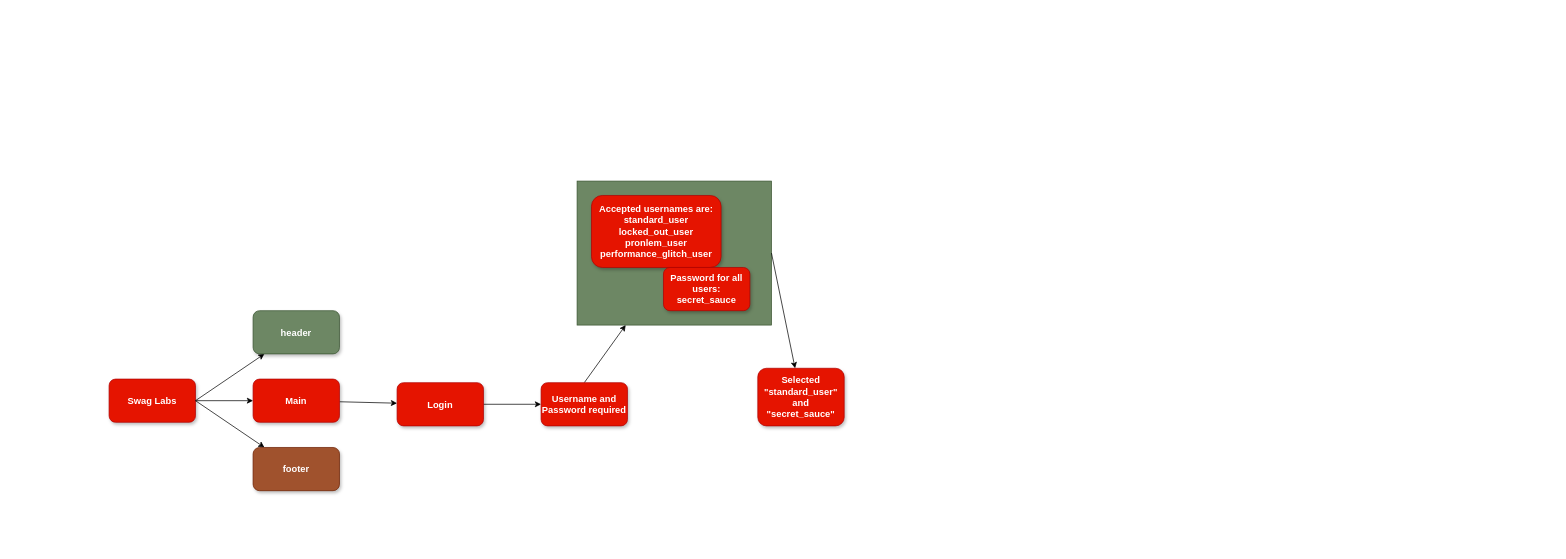
Before: Documentation/SwagLabs-MINDMAP.drawio in gabrielsouza80/Swag-Labs-robot-playwright-cypress, a draw.io diagram. Source tidied: cells renumbered, new cells numbered last; positions are measured from the earlier drawing's top-left corner, leaving out a move shared by most shapes. Both pictures are drawn from the tidied source at 72%, with x=0, y=0 at pixel (109, 181).
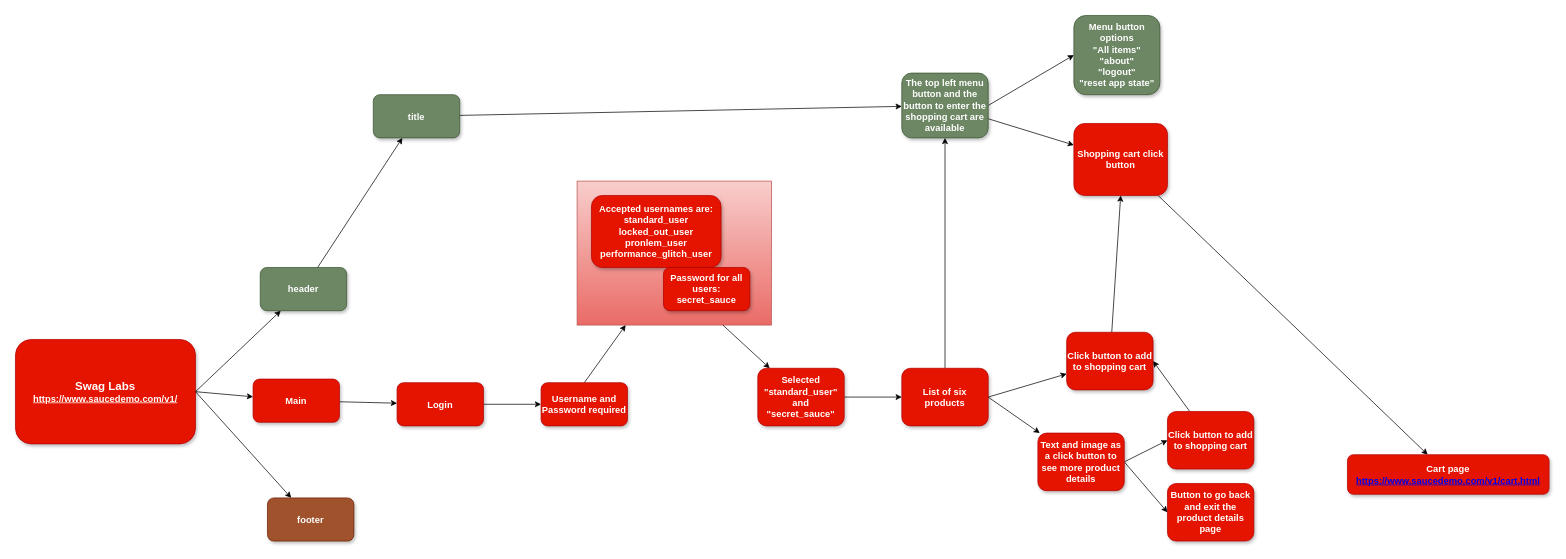
The same page after the edit.

Commit message:
mindmap feito!

The change refers to these unchanged cells:
```xml
<mxCell id="8" value="&lt;b&gt;&lt;font style=&quot;color: rgb(255, 255, 255); font-size: 13px;&quot;&gt;Main&lt;/font&gt;&lt;/b&gt;" style="rounded=1;whiteSpace=wrap;html=1;fillColor=#e51400;fontColor=#ffffff;strokeColor=#B20000;gradientColor=none;glass=0;shadow=1;" parent="1" vertex="1">
  <mxGeometry x="200" y="275" width="120" height="60" as="geometry" />
</mxCell>
<mxCell id="18" value="&lt;b&gt;&lt;font style=&quot;color: rgb(255, 255, 255); font-size: 13px;&quot;&gt;Selected &quot;standard_user&quot; and &quot;secret_sauce&quot;&lt;/font&gt;&lt;/b&gt;" style="rounded=1;whiteSpace=wrap;html=1;fillColor=#e51400;fontColor=#ffffff;strokeColor=#B20000;gradientColor=none;glass=0;shadow=1;" parent="1" vertex="1">
  <mxGeometry x="901" y="260" width="120" height="80" as="geometry" />
</mxCell>
```

Diff of the diagram source:
```diff
@@
-    <mxCell id="2" style="whiteSpace=wrap;html=1;fillColor=#6d8764;fontColor=#ffffff;strokeColor=#3A5431;" parent="1" vertex="1">
+    <mxCell id="2" style="whiteSpace=wrap;html=1;fillColor=#f8cecc;strokeColor=#b85450;gradientColor=#ea6b66;" parent="1" vertex="1">
       <mxGeometry x="650" width="270" height="200" as="geometry" />
     </mxCell>
-    <mxCell id="3" style="edgeStyle=none;html=1;" parent="1" edge="1" source="4" target="8">
+    <mxCell id="3" style="edgeStyle=none;html=1;exitX=1;exitY=0.5;exitDx=0;exitDy=0;" parent="1" edge="1" source="4" target="8">
       <mxGeometry relative="1" as="geometry" />
     </mxCell>
-    <mxCell id="4" value="&lt;b&gt;&lt;font style=&quot;color: rgb(255, 255, 255); font-size: 13px;&quot;&gt;Swag Labs&lt;/font&gt;&lt;/b&gt;" style="rounded=1;whiteSpace=wrap;html=1;fillColor=#e51400;fontColor=#ffffff;strokeColor=#B20000;gradientColor=none;glass=0;shadow=1;" parent="1" vertex="1">
-      <mxGeometry y="275" width="120" height="60" as="geometry" />
+    <mxCell id="4" value="&lt;b&gt;&lt;font&gt;&lt;font style=&quot;font-size: 16px; color: rgb(255, 255, 255);&quot;&gt;Swag Labs&lt;br&gt;&lt;/font&gt;&lt;a style=&quot;color: light-dark(rgb(255, 255, 255), rgb(18, 18, 18)); font-size: 13px;&quot; href=&quot;https://www.saucedemo.com/v1/&quot;&gt;https://www.saucedemo.com/v1/&lt;/a&gt;&lt;br&gt;&lt;/font&gt;&lt;/b&gt;" style="rounded=1;whiteSpace=wrap;html=1;fillColor=#e51400;fontColor=#ffffff;strokeColor=#B20000;gradientColor=none;glass=0;shadow=1;" parent="1" vertex="1">
+      <mxGeometry x="-130" y="220" width="250" height="145" as="geometry" />
     </mxCell>
@@
+    <mxCell id="19" style="edgeStyle=none;html=1;" parent="1" edge="1" source="11" target="34">
+      <mxGeometry relative="1" as="geometry" />
+    </mxCell>
     <mxCell id="11" value="&lt;b&gt;&lt;font style=&quot;color: rgb(255, 255, 255); font-size: 13px;&quot;&gt;header&lt;/font&gt;&lt;/b&gt;" style="rounded=1;whiteSpace=wrap;html=1;fillColor=#6d8764;fontColor=#ffffff;strokeColor=#3A5431;glass=0;shadow=1;" parent="1" vertex="1">
-      <mxGeometry x="200" y="180" width="120" height="60" as="geometry" />
+      <mxGeometry x="210" y="120" width="120" height="60" as="geometry" />
     </mxCell>
     <mxCell id="12" value="&lt;b&gt;&lt;font style=&quot;color: rgb(255, 255, 255); font-size: 13px;&quot;&gt;footer&lt;/font&gt;&lt;/b&gt;" style="rounded=1;whiteSpace=wrap;html=1;fillColor=#a0522d;fontColor=#ffffff;strokeColor=#6D1F00;glass=0;shadow=1;" parent="1" vertex="1">
-      <mxGeometry x="200" y="370" width="120" height="60" as="geometry" />
+      <mxGeometry x="220" y="440" width="120" height="60" as="geometry" />
     </mxCell>
@@
-    <mxCell id="14" style="edgeStyle=none;html=1;exitX=1;exitY=0.5;exitDx=0;exitDy=0;" parent="1" edge="1" source="2" target="18">
+    <mxCell id="14" style="edgeStyle=none;html=1;exitX=0.75;exitY=1;exitDx=0;exitDy=0;" parent="1" edge="1" source="2" target="18">
       <mxGeometry relative="1" as="geometry" />
     </mxCell>
@@
+    <mxCell id="20" style="edgeStyle=none;html=1;" parent="1" edge="1" source="18" target="24">
+      <mxGeometry relative="1" as="geometry" />
+    </mxCell>
@@
+    <mxCell id="21" style="edgeStyle=none;html=1;exitX=1;exitY=0.5;exitDx=0;exitDy=0;" parent="1" edge="1" source="24" target="26">
+      <mxGeometry relative="1" as="geometry" />
+    </mxCell>
+    <mxCell id="22" style="edgeStyle=none;html=1;exitX=1;exitY=0.5;exitDx=0;exitDy=0;" parent="1" edge="1" source="24" target="29">
+      <mxGeometry relative="1" as="geometry" />
+    </mxCell>
+    <mxCell id="23" style="edgeStyle=none;html=1;entryX=0.5;entryY=1;entryDx=0;entryDy=0;" parent="1" edge="1" source="24" target="37">
+      <mxGeometry relative="1" as="geometry" />
+    </mxCell>
+    <mxCell id="24" value="&lt;b&gt;&lt;font style=&quot;color: rgb(255, 255, 255); font-size: 13px;&quot;&gt;List of six products&lt;/font&gt;&lt;/b&gt;" style="rounded=1;whiteSpace=wrap;html=1;fillColor=#e51400;fontColor=#ffffff;strokeColor=#B20000;gradientColor=none;glass=0;shadow=1;" parent="1" vertex="1">
+      <mxGeometry x="1101" y="260" width="120" height="80" as="geometry" />
+    </mxCell>
+    <mxCell id="25" style="edgeStyle=none;html=1;entryX=0.5;entryY=1;entryDx=0;entryDy=0;" parent="1" edge="1" source="26" target="40">
+      <mxGeometry relative="1" as="geometry" />
+    </mxCell>
+    <mxCell id="26" value="&lt;b&gt;&lt;font style=&quot;color: rgb(255, 255, 255); font-size: 13px;&quot;&gt;Click button to add to shopping cart&lt;/font&gt;&lt;/b&gt;" style="rounded=1;whiteSpace=wrap;html=1;fillColor=#e51400;fontColor=#ffffff;strokeColor=#B20000;gradientColor=none;glass=0;shadow=1;" parent="1" vertex="1">
+      <mxGeometry x="1330" y="210" width="120" height="80" as="geometry" />
+    </mxCell>
+    <mxCell id="27" style="edgeStyle=none;html=1;exitX=1;exitY=0.5;exitDx=0;exitDy=0;entryX=0;entryY=0.5;entryDx=0;entryDy=0;" parent="1" edge="1" source="29" target="30">
+      <mxGeometry relative="1" as="geometry" />
+    </mxCell>
+    <mxCell id="28" style="edgeStyle=none;html=1;exitX=1;exitY=0.5;exitDx=0;exitDy=0;entryX=0;entryY=0.5;entryDx=0;entryDy=0;" parent="1" edge="1" source="29" target="32">
+      <mxGeometry relative="1" as="geometry" />
+    </mxCell>
+    <mxCell id="29" value="&lt;b&gt;&lt;font style=&quot;color: rgb(255, 255, 255); font-size: 13px;&quot;&gt;Text and image as a click button to see more product details&lt;/font&gt;&lt;/b&gt;" style="rounded=1;whiteSpace=wrap;html=1;fillColor=#e51400;fontColor=#ffffff;strokeColor=#B20000;gradientColor=none;glass=0;shadow=1;" parent="1" vertex="1">
+      <mxGeometry x="1290" y="350" width="120" height="80" as="geometry" />
+    </mxCell>
+    <mxCell id="30" value="&lt;b&gt;&lt;font style=&quot;color: rgb(255, 255, 255); font-size: 13px;&quot;&gt;Button to go back and exit the product details page&lt;/font&gt;&lt;/b&gt;" style="rounded=1;whiteSpace=wrap;html=1;fillColor=#e51400;fontColor=#ffffff;strokeColor=#B20000;gradientColor=none;glass=0;shadow=1;" parent="1" vertex="1">
+      <mxGeometry x="1470" y="420" width="120" height="80" as="geometry" />
+    </mxCell>
+    <mxCell id="31" style="edgeStyle=none;html=1;entryX=1;entryY=0.5;entryDx=0;entryDy=0;" parent="1" edge="1" source="32" target="26">
+      <mxGeometry relative="1" as="geometry" />
+    </mxCell>
+    <mxCell id="32" value="&lt;b style=&quot;color: rgb(63, 63, 63); scrollbar-color: rgb(226, 226, 226) rgb(251, 251, 251);&quot;&gt;&lt;font style=&quot;scrollbar-color: rgb(226, 226, 226) rgb(251, 251, 251); font-size: 13px; color: rgb(255, 255, 255);&quot;&gt;Click button to add to shopping cart&lt;/font&gt;&lt;/b&gt;" style="rounded=1;whiteSpace=wrap;html=1;fillColor=#e51400;fontColor=#ffffff;strokeColor=#B20000;gradientColor=none;glass=0;shadow=1;" parent="1" vertex="1">
+      <mxGeometry x="1470" y="320" width="120" height="80" as="geometry" />
+    </mxCell>
+    <mxCell id="33" style="edgeStyle=none;html=1;" parent="1" edge="1" source="34" target="37">
+      <mxGeometry relative="1" as="geometry" />
+    </mxCell>
+    <mxCell id="34" value="&lt;b&gt;&lt;font style=&quot;color: rgb(255, 255, 255); font-size: 13px;&quot;&gt;title&lt;/font&gt;&lt;/b&gt;" style="rounded=1;whiteSpace=wrap;html=1;fillColor=#6d8764;fontColor=#ffffff;strokeColor=#3A5431;glass=0;shadow=1;" parent="1" vertex="1">
+      <mxGeometry x="367" y="-120" width="120" height="60" as="geometry" />
+    </mxCell>
+    <mxCell id="35" style="edgeStyle=none;html=1;exitX=1;exitY=0.5;exitDx=0;exitDy=0;entryX=0;entryY=0.5;entryDx=0;entryDy=0;" parent="1" edge="1" source="37" target="38">
+      <mxGeometry relative="1" as="geometry" />
+    </mxCell>
+    <mxCell id="36" style="edgeStyle=none;html=1;" parent="1" edge="1" source="37" target="40">
+      <mxGeometry relative="1" as="geometry" />
+    </mxCell>
+    <mxCell id="37" value="&lt;b&gt;&lt;font style=&quot;color: rgb(255, 255, 255); font-size: 13px;&quot;&gt;The top left menu button and the button to enter the shopping cart are available&lt;/font&gt;&lt;/b&gt;" style="rounded=1;whiteSpace=wrap;html=1;fillColor=#6d8764;fontColor=#ffffff;strokeColor=#3A5431;glass=0;shadow=1;" parent="1" vertex="1">
+      <mxGeometry x="1101" y="-150" width="120" height="90" as="geometry" />
+    </mxCell>
+    <mxCell id="38" value="&lt;b&gt;&lt;font style=&quot;color: rgb(255, 255, 255); font-size: 13px;&quot;&gt;Menu button options&lt;br&gt;&quot;All items&quot;&lt;br&gt;&quot;about&quot;&lt;br&gt;&quot;logout&quot;&lt;br&gt;&quot;reset app state&quot;&lt;/font&gt;&lt;/b&gt;" style="rounded=1;whiteSpace=wrap;html=1;fillColor=#6d8764;fontColor=#ffffff;strokeColor=#3A5431;glass=0;shadow=1;" parent="1" vertex="1">
+      <mxGeometry x="1340" y="-230" width="119.5" height="110" as="geometry" />
+    </mxCell>
+    <mxCell id="39" style="edgeStyle=none;html=1;" parent="1" edge="1" source="40" target="41">
+      <mxGeometry relative="1" as="geometry" />
+    </mxCell>
+    <mxCell id="40" value="&lt;b&gt;&lt;font style=&quot;color: rgb(255, 255, 255); font-size: 13px;&quot;&gt;Shopping cart click button&lt;/font&gt;&lt;/b&gt;" style="rounded=1;whiteSpace=wrap;html=1;fillColor=#e51400;strokeColor=#B20000;glass=0;shadow=1;fontColor=#ffffff;" parent="1" vertex="1">
+      <mxGeometry x="1340" y="-80" width="130" height="100" as="geometry" />
+    </mxCell>
+    <mxCell id="41" value="&lt;b&gt;&lt;font style=&quot;color: rgb(255, 255, 255); font-size: 13px;&quot;&gt;Cart page&lt;br&gt;&lt;a href=&quot;https://www.saucedemo.com/v1/cart.html&quot;&gt;https://www.saucedemo.com/v1/cart.html&lt;/a&gt;&lt;br&gt;&lt;/font&gt;&lt;/b&gt;" style="rounded=1;whiteSpace=wrap;html=1;fillColor=#e51400;fontColor=#ffffff;strokeColor=#B20000;glass=0;shadow=1;" parent="1" vertex="1">
+      <mxGeometry x="1720" y="380" width="280" height="55" as="geometry" />
+    </mxCell>
```
